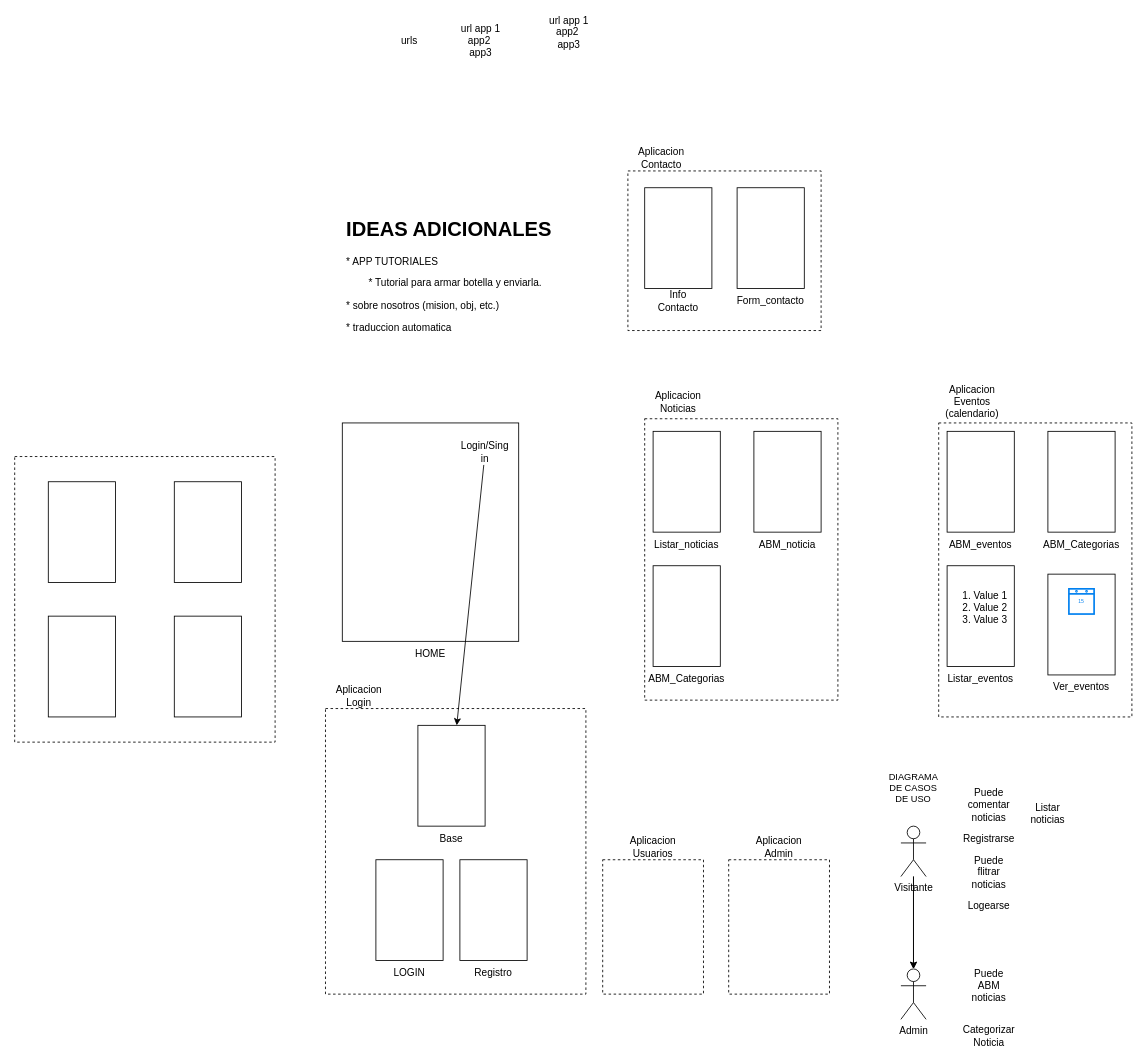
AlexisRmnk/PF_Informatorio22 keeps this draw.io diagram as page "Maquetado1" (1 of 3) of Notas.drawio. Above is the earlier version. Source tidied: cells renumbered, new cells numbered last; positions are measured from the earlier drawing's top-left corner, leaving out a move shared by most shapes. Both pictures are drawn from the tidied source at 84%, with x=0, y=0 at pixel (14, 19).
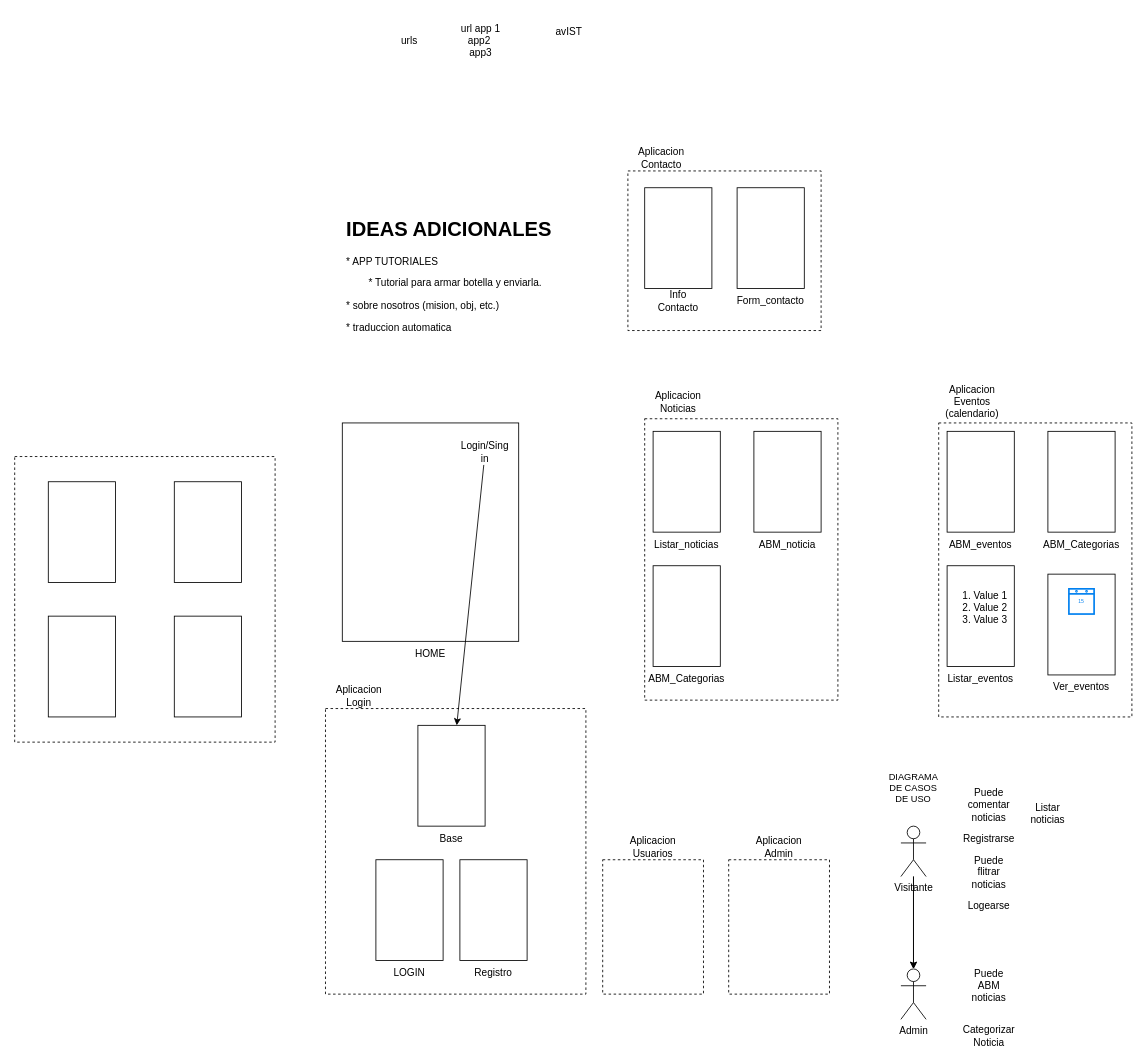
The same diagram, later.

Commit message:
notas.drawio modificado. Agregada maquetado_2

What changed in the source:
```diff
@@
-    <mxCell id="64" value="url app 1&lt;br&gt;app2&amp;nbsp;&lt;br&gt;app3" style="text;html=1;strokeColor=none;fillColor=none;align=center;verticalAlign=middle;whiteSpace=wrap;rounded=0;" parent="1" vertex="1">
+    <mxCell id="64" value="avIST" style="text;html=1;strokeColor=none;fillColor=none;align=center;verticalAlign=middle;whiteSpace=wrap;rounded=0;" parent="1" vertex="1">
       <mxGeometry x="630" width="60" height="30" as="geometry" />
     </mxCell>
```
